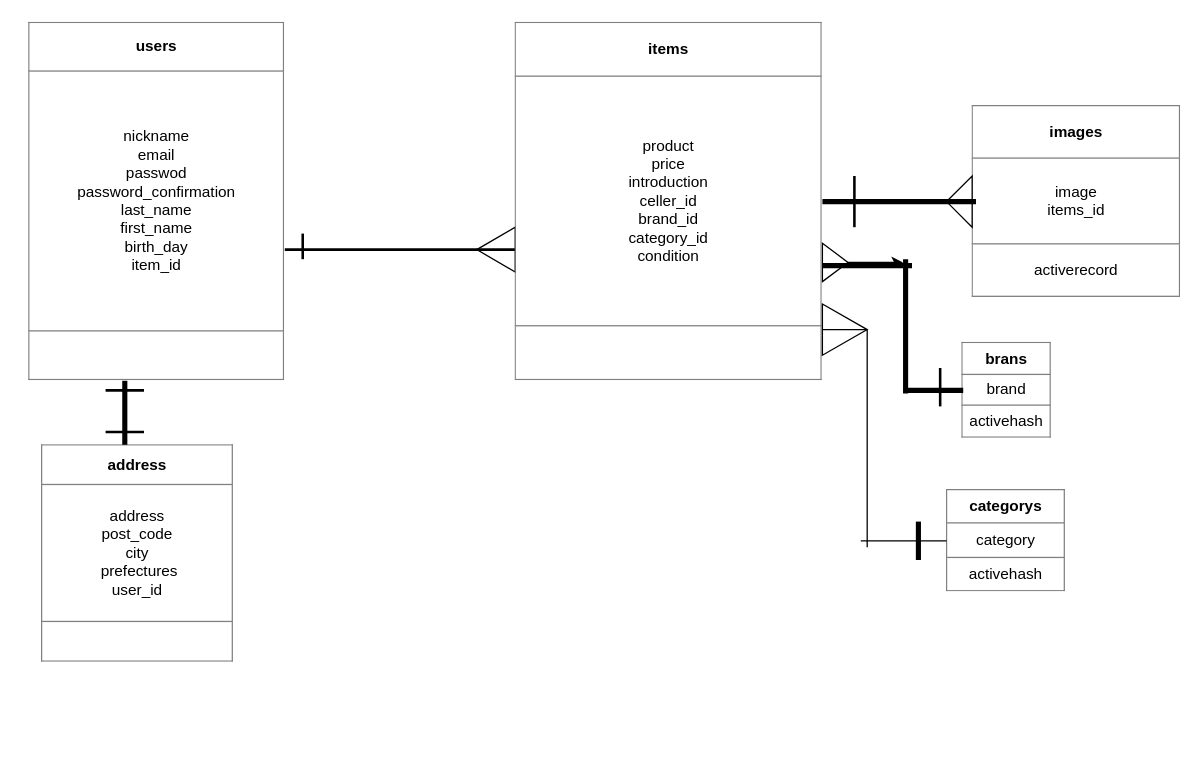
This is frima_er.dio from psycoprogram0832/furima-37824, a draw.io file, before an edit. Source tidied: cells renumbered, new cells numbered last; positions are measured from the earlier drawing's top-left corner, leaving out a move shared by most shapes. Both pictures are drawn from the tidied source at 128%, with x=0, y=0 at pixel (28, 22).
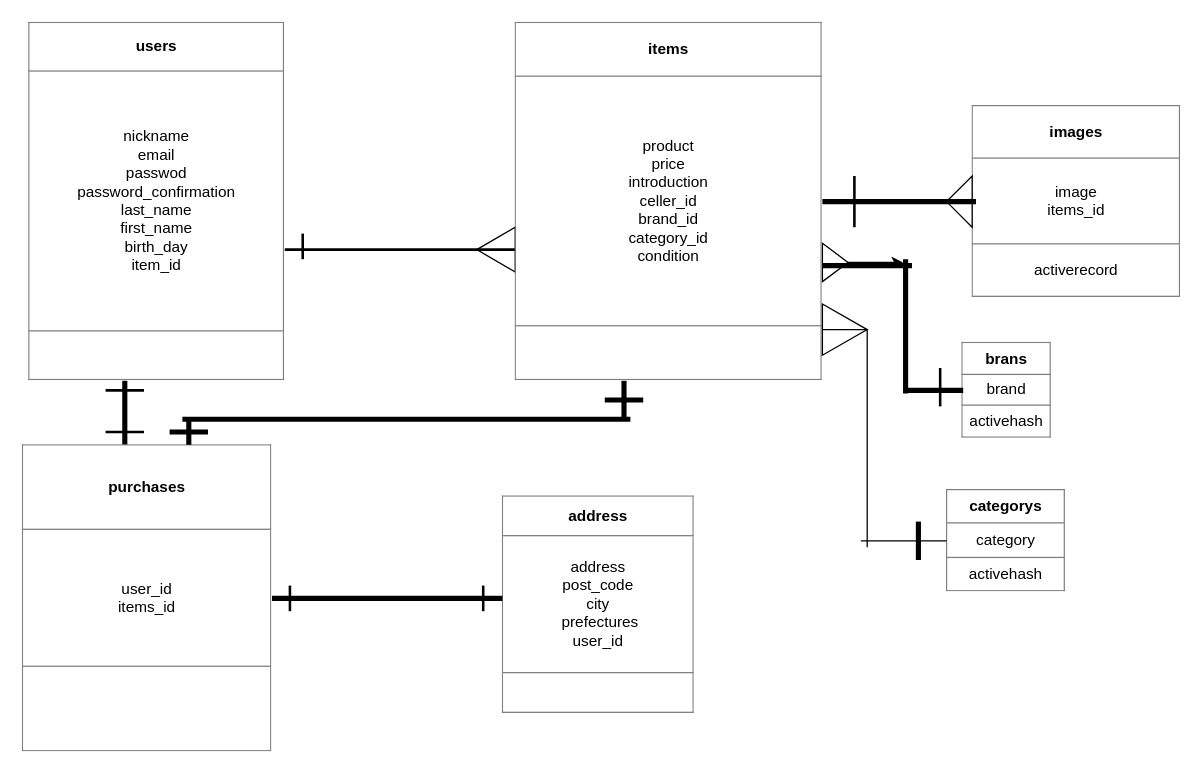
The same page after the edit.

Change to the diagram source:
```diff
@@
     <mxCell id="5" value="&lt;table border=&quot;1&quot; width=&quot;100%&quot; cellpadding=&quot;4&quot; style=&quot;width: 100% ; height: 100% ; border-collapse: collapse&quot;&gt;&lt;tbody&gt;&lt;tr&gt;&lt;th align=&quot;center&quot;&gt;address&lt;/th&gt;&lt;/tr&gt;&lt;tr&gt;&lt;td align=&quot;center&quot;&gt;address&lt;br&gt;post_code&lt;br&gt;city&lt;br&gt;&amp;nbsp;prefectures&lt;br&gt;user_id&lt;br&gt;&lt;/td&gt;&lt;/tr&gt;&lt;tr&gt;&lt;td align=&quot;center&quot;&gt;&lt;br&gt;&lt;/td&gt;&lt;/tr&gt;&lt;/tbody&gt;&lt;/table&gt;" style="text;html=1;strokeColor=none;fillColor=none;overflow=fill;" parent="1" vertex="1">
-      <mxGeometry x="10" y="330" width="150" height="170" as="geometry" />
+      <mxGeometry x="370" y="370" width="150" height="170" as="geometry" />
     </mxCell>
@@
+    <mxCell id="28" value="&lt;table border=&quot;1&quot; width=&quot;100%&quot; cellpadding=&quot;4&quot; style=&quot;width: 100% ; height: 100% ; border-collapse: collapse&quot;&gt;&lt;tbody&gt;&lt;tr&gt;&lt;th align=&quot;center&quot;&gt;purchases&lt;/th&gt;&lt;/tr&gt;&lt;tr&gt;&lt;td align=&quot;center&quot;&gt;user_id&lt;br&gt;items_id&lt;/td&gt;&lt;/tr&gt;&lt;tr&gt;&lt;td align=&quot;center&quot;&gt;&lt;br&gt;&lt;/td&gt;&lt;/tr&gt;&lt;/tbody&gt;&lt;/table&gt;" style="text;html=1;strokeColor=none;fillColor=none;overflow=fill;" parent="1" vertex="1">
+      <mxGeometry x="-5" y="330" width="195" height="240" as="geometry" />
+    </mxCell>
+    <mxCell id="29" style="line;strokeWidth=4;html=1;perimeter=backbonePerimeter;" parent="1" vertex="1">
+      <mxGeometry x="120" y="305" width="350" height="10" as="geometry" />
+    </mxCell>
+    <mxCell id="30" style="line;strokeWidth=4;html=1;perimeter=backbonePerimeter;direction=south;" parent="1" vertex="1">
+      <mxGeometry x="460" y="280" width="10" height="30" as="geometry" />
+    </mxCell>
+    <mxCell id="31" style="line;strokeWidth=4;html=1;perimeter=backbonePerimeter;direction=south;" parent="1" vertex="1">
+      <mxGeometry x="120" y="310" width="10" height="20" as="geometry" />
+    </mxCell>
+    <mxCell id="32" style="line;strokeWidth=4;direction=west;html=1;perimeter=backbonePerimeter;" parent="1" vertex="1">
+      <mxGeometry x="450" y="290" width="30" height="10" as="geometry" />
+    </mxCell>
+    <mxCell id="33" style="line;strokeWidth=4;html=1;perimeter=backbonePerimeter;" parent="1" vertex="1">
+      <mxGeometry x="110" y="315" width="30" height="10" as="geometry" />
+    </mxCell>
+    <mxCell id="34" style="line;strokeWidth=4;html=1;perimeter=backbonePerimeter;" parent="1" vertex="1">
+      <mxGeometry x="190" y="445" width="180" height="10" as="geometry" />
+    </mxCell>
+    <mxCell id="35" style="line;strokeWidth=2;direction=south;html=1;" parent="1" vertex="1">
+      <mxGeometry x="199" y="440" width="10" height="20" as="geometry" />
+    </mxCell>
+    <mxCell id="36" style="line;strokeWidth=2;direction=south;html=1;" parent="1" vertex="1">
+      <mxGeometry x="350" y="440" width="10" height="20" as="geometry" />
+    </mxCell>
```
